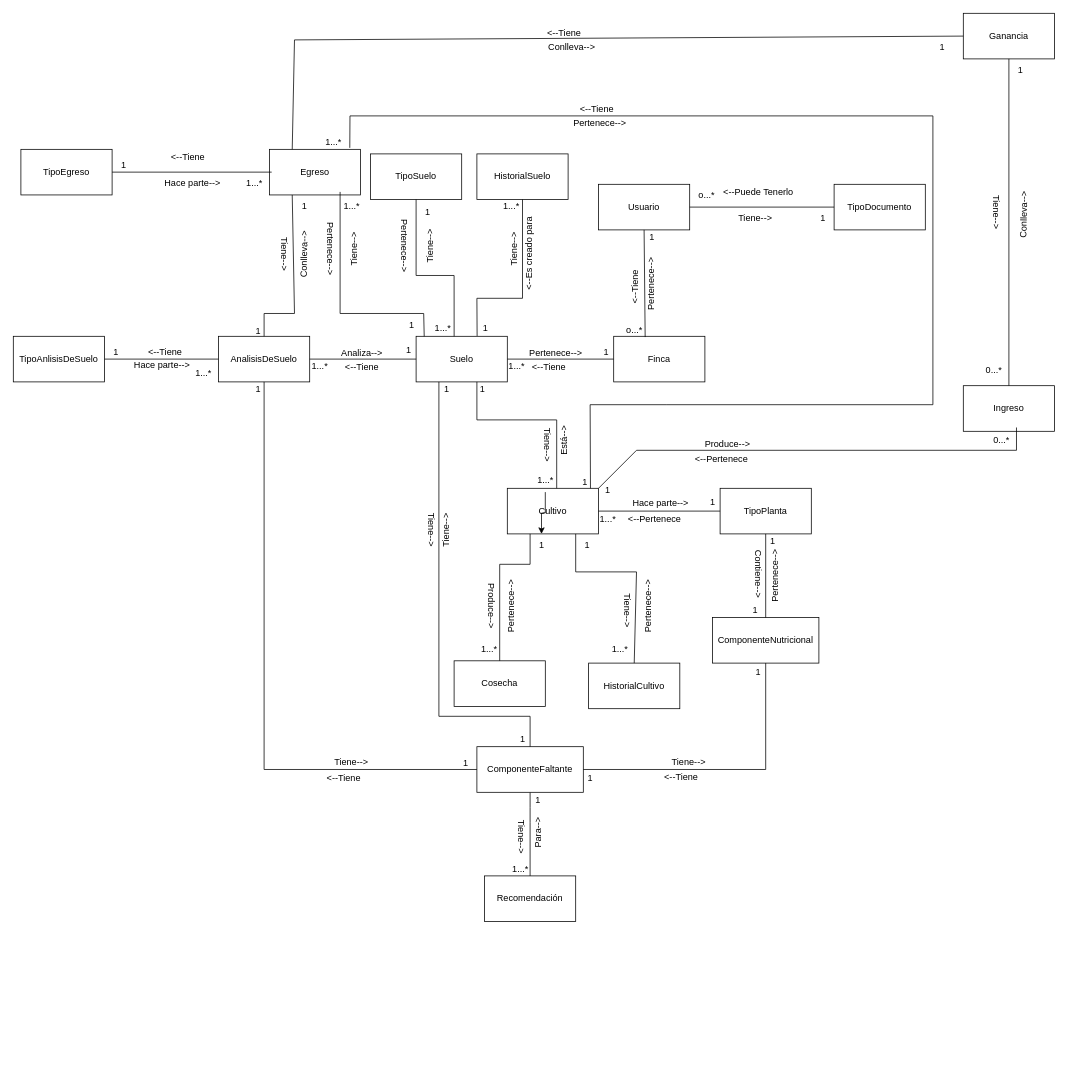
Before: CropScan.drawio in 1193090526alexander/IngenieriaDeSotwareII, a draw.io diagram. Source tidied: cells renumbered, new cells numbered last; positions are measured from the earlier drawing's top-left corner, leaving out a move shared by most shapes. Both pictures are drawn from the tidied source at 76%, with x=0, y=0 at pixel (13, 13).
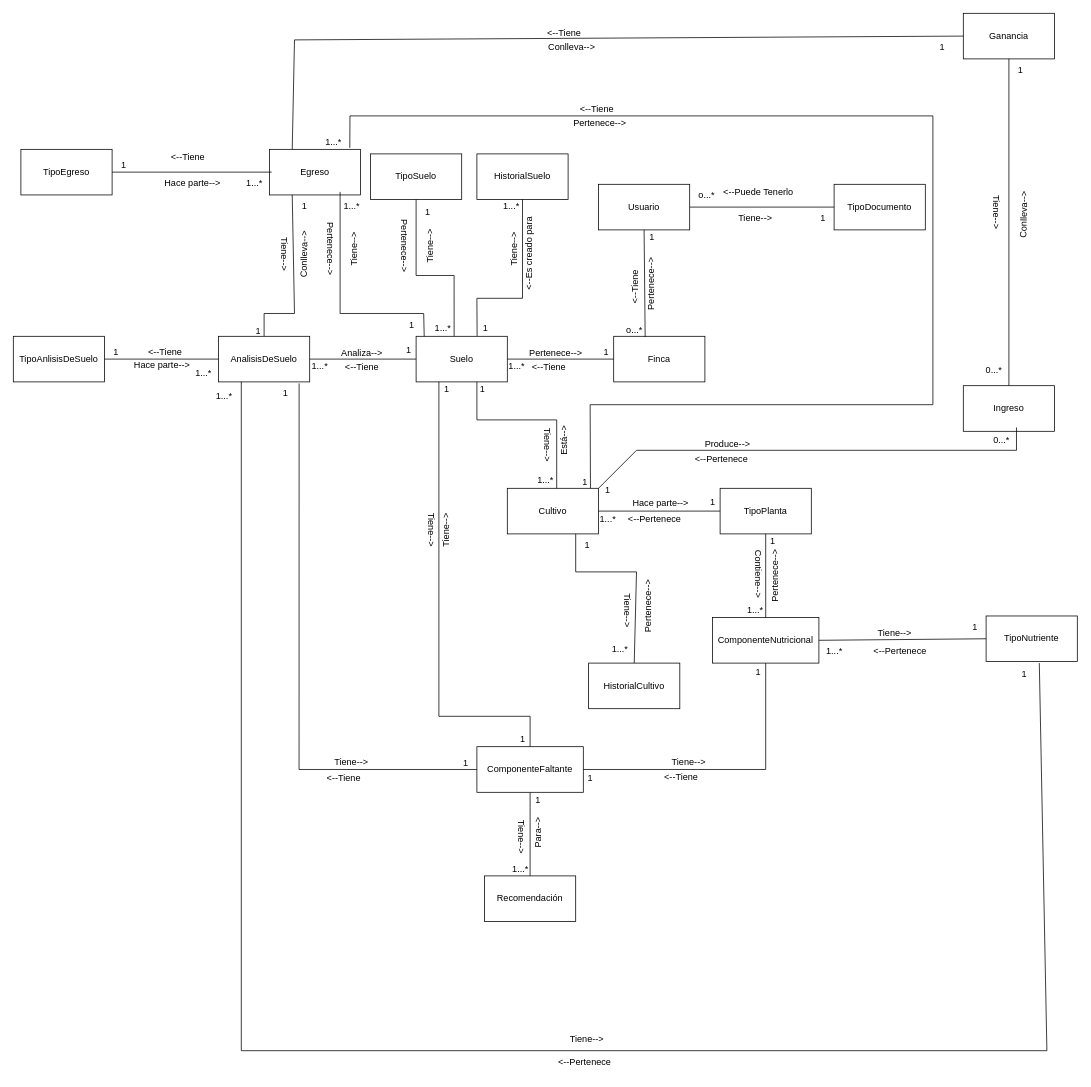
The same page after the edit.

Unchanged cells that the change refers to:
```xml
<mxCell id="2" value="AnalisisDeSuelo" style="rounded=0;whiteSpace=wrap;html=1;" parent="1" vertex="1">
  <mxGeometry x="270" y="425" width="120" height="60" as="geometry" />
</mxCell>
<mxCell id="16" value="Cultivo" style="rounded=0;whiteSpace=wrap;html=1;" parent="1" vertex="1">
  <mxGeometry x="650" y="625" width="120" height="60" as="geometry" />
</mxCell>
<mxCell id="51" value="1...*" style="text;html=1;align=center;verticalAlign=middle;points=[];strokeColor=none;fillColor=none;" parent="1" vertex="1">
  <mxGeometry x="680" y="600" width="40" height="30" as="geometry" />
</mxCell>
<mxCell id="91" value="ComponenteFaltante" style="rounded=0;whiteSpace=wrap;html=1;" parent="1" vertex="1">
  <mxGeometry x="610" y="965" width="140" height="60" as="geometry" />
</mxCell>
```

Diff of the diagram source:
```diff
@@
-    <mxCell id="50" style="edgeStyle=orthogonalEdgeStyle;rounded=0;jettySize=auto;html=1;" parent="1" edge="1" source="51" target="68">
-      <mxGeometry relative="1" as="geometry" />
-    </mxCell>
@@
-    <mxCell id="57" value="1" style="text;html=1;align=center;verticalAlign=middle;strokeColor=none;fillColor=none;" parent="1" vertex="1">
-      <mxGeometry x="961" y="771" width="30" height="30" as="geometry" />
+    <mxCell id="57" value="1...*" style="text;html=1;align=center;verticalAlign=middle;strokeColor=none;fillColor=none;" parent="1" vertex="1">
+      <mxGeometry x="956" y="771" width="40" height="30" as="geometry" />
     </mxCell>
@@
-    <mxCell id="64" value="Cosecha" style="rounded=0;whiteSpace=wrap;html=1;" parent="1" vertex="1">
-      <mxGeometry x="580" y="852" width="120" height="60" as="geometry" />
-    </mxCell>
-    <mxCell id="65" style="endArrow=none;html=1;rounded=0;entryX=0.25;entryY=1;entryDx=0;entryDy=0;" parent="1" edge="1" source="64" target="16">
-      <mxGeometry relative="1" as="geometry">
-        <Array as="points">
-          <mxPoint x="640" y="725" />
-          <mxPoint x="680" y="725" />
-        </Array>
-      </mxGeometry>
-    </mxCell>
-    <mxCell id="66" value="Pertenece--&amp;gt;" style="text;html=1;strokeColor=none;fillColor=none;align=center;verticalAlign=middle;whiteSpace=wrap;rounded=0;rotation=270;" parent="1" vertex="1">
-      <mxGeometry x="615" y="765" width="80" height="30" as="geometry" />
-    </mxCell>
-    <mxCell id="67" value="Produce--&amp;gt;" style="text;html=1;strokeColor=none;fillColor=none;align=center;verticalAlign=middle;whiteSpace=wrap;rounded=0;rotation=90;" parent="1" vertex="1">
-      <mxGeometry x="592" y="765" width="73" height="30" as="geometry" />
-    </mxCell>
-    <mxCell id="68" value="1" style="text;html=1;align=center;verticalAlign=middle;points=[];strokeColor=none;fillColor=none;" parent="1" vertex="1">
-      <mxGeometry x="680" y="685" width="30" height="30" as="geometry" />
-    </mxCell>
-    <mxCell id="69" value="1...*" style="text;html=1;align=center;verticalAlign=middle;strokeColor=none;fillColor=none;" parent="1" vertex="1">
-      <mxGeometry x="606" y="822" width="40" height="30" as="geometry" />
-    </mxCell>
@@
-    <mxCell id="92" style="endArrow=none;html=1;rounded=0;entryX=0.5;entryY=1;entryDx=0;entryDy=0;exitX=0;exitY=0.5;exitDx=0;exitDy=0;" parent="1" edge="1" source="91" target="2">
+    <mxCell id="92" style="endArrow=none;html=1;rounded=0;entryX=0.884;entryY=1.034;entryDx=0;entryDy=0;exitX=0;exitY=0.5;exitDx=0;exitDy=0;entryPerimeter=0;" parent="1" edge="1" source="91" target="2">
       <mxGeometry relative="1" as="geometry">
         <Array as="points">
-          <mxPoint x="330" y="995" />
+          <mxPoint x="376" y="995" />
         </Array>
       </mxGeometry>
     </mxCell>
@@
     <mxCell id="99" value="1" style="text;html=1;align=center;verticalAlign=middle;strokeColor=none;fillColor=none;" parent="1" vertex="1">
-      <mxGeometry x="307" y="480" width="30" height="30" as="geometry" />
+      <mxGeometry x="343" y="485" width="30" height="30" as="geometry" />
     </mxCell>
@@
+    <mxCell id="136" value="TipoNutriente" style="rounded=0;whiteSpace=wrap;html=1;" parent="1" vertex="1">
+      <mxGeometry x="1280" y="793" width="120" height="60" as="geometry" />
+    </mxCell>
+    <mxCell id="137" style="endArrow=none;html=1;rounded=0;entryX=0;entryY=0.5;entryDx=0;entryDy=0;" parent="1" edge="1" target="136">
+      <mxGeometry relative="1" as="geometry">
+        <mxPoint x="1060" y="825" as="sourcePoint" />
+      </mxGeometry>
+    </mxCell>
+    <mxCell id="138" value="Tiene--&amp;gt;" style="text;html=1;strokeColor=none;fillColor=none;align=center;verticalAlign=middle;whiteSpace=wrap;rounded=0;rotation=0;" parent="1" vertex="1">
+      <mxGeometry x="1120" y="801" width="80" height="30" as="geometry" />
+    </mxCell>
+    <mxCell id="139" value="&amp;lt;--Pertenece" style="text;html=1;strokeColor=none;fillColor=none;align=center;verticalAlign=middle;whiteSpace=wrap;rounded=0;" parent="1" vertex="1">
+      <mxGeometry x="1127" y="825" width="80" height="30" as="geometry" />
+    </mxCell>
+    <mxCell id="140" value="1" style="text;html=1;align=center;verticalAlign=middle;strokeColor=none;fillColor=none;" parent="1" vertex="1">
+      <mxGeometry x="1250" y="793" width="30" height="30" as="geometry" />
+    </mxCell>
+    <mxCell id="141" value="1...*" style="text;html=1;align=center;verticalAlign=middle;strokeColor=none;fillColor=none;" parent="1" vertex="1">
+      <mxGeometry x="1060" y="825" width="40" height="30" as="geometry" />
+    </mxCell>
+    <mxCell id="142" style="endArrow=none;html=1;rounded=0;exitX=0.25;exitY=1;exitDx=0;exitDy=0;" parent="1" edge="1" source="2">
+      <mxGeometry relative="1" as="geometry">
+        <mxPoint x="1350" y="855" as="targetPoint" />
+        <Array as="points">
+          <mxPoint x="300" y="1365" />
+          <mxPoint x="1360" y="1365" />
+        </Array>
+      </mxGeometry>
+    </mxCell>
+    <mxCell id="143" value="Tiene--&amp;gt;" style="text;html=1;strokeColor=none;fillColor=none;align=center;verticalAlign=middle;whiteSpace=wrap;rounded=0;rotation=0;" parent="1" vertex="1">
+      <mxGeometry x="715" y="1335" width="80" height="30" as="geometry" />
+    </mxCell>
+    <mxCell id="144" value="&amp;lt;--Pertenece" style="text;html=1;strokeColor=none;fillColor=none;align=center;verticalAlign=middle;whiteSpace=wrap;rounded=0;" parent="1" vertex="1">
+      <mxGeometry x="712" y="1365" width="80" height="30" as="geometry" />
+    </mxCell>
+    <mxCell id="145" value="1" style="text;html=1;align=center;verticalAlign=middle;strokeColor=none;fillColor=none;" parent="1" vertex="1">
+      <mxGeometry x="1315" y="855" width="30" height="30" as="geometry" />
+    </mxCell>
+    <mxCell id="146" value="1...*" style="text;html=1;align=center;verticalAlign=middle;strokeColor=none;fillColor=none;" parent="1" vertex="1">
+      <mxGeometry x="257" y="489" width="40" height="30" as="geometry" />
+    </mxCell>
```
